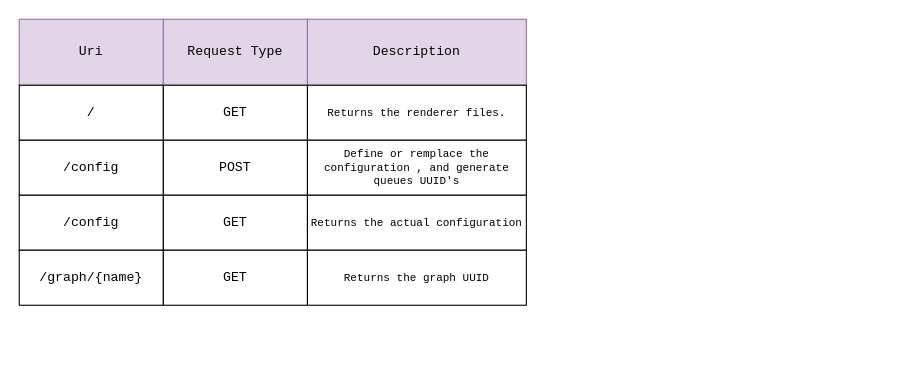
Above: Misc/Api Spec.drawio in gemoc/liviz (draw.io), before the change. Source tidied: cells renumbered, new cells numbered last; positions are measured from the earlier drawing's top-left corner, leaving out a move shared by most shapes. Both pictures are drawn from the tidied source at 110%, with x=0, y=0 at pixel (19, 19).
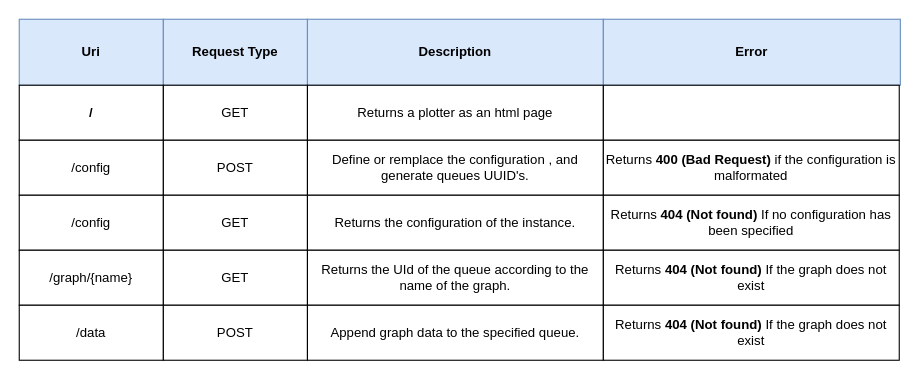
After the change.

Change to the diagram source:
```diff
@@
-    <mxCell id="2" value="Uri" style="whiteSpace=wrap;html=1;rounded=0;shadow=0;strokeWidth=1;fontFamily=Courier New;fillColor=#e1d5e7;strokeColor=#9673a6;" parent="1" vertex="1">
+    <mxCell id="2" value="Uri" style="whiteSpace=wrap;html=1;rounded=0;shadow=0;strokeWidth=1;fontFamily=Helvetica;fillColor=#dae8fc;strokeColor=#6c8ebf;fontStyle=1;" parent="1" vertex="1">
       <mxGeometry width="131" height="60" as="geometry" />
     </mxCell>
-    <mxCell id="3" value="Request Type" style="whiteSpace=wrap;html=1;strokeWidth=1;fontFamily=Courier New;fillColor=#e1d5e7;strokeColor=#9673a6;" parent="1" vertex="1">
+    <mxCell id="3" value="Request Type" style="whiteSpace=wrap;html=1;strokeWidth=1;fontFamily=Helvetica;fillColor=#dae8fc;strokeColor=#6c8ebf;fontStyle=1;" parent="1" vertex="1">
       <mxGeometry x="131" width="131" height="60" as="geometry" />
     </mxCell>
-    <mxCell id="4" value="Description" style="whiteSpace=wrap;html=1;strokeWidth=1;fontFamily=Courier New;fillColor=#e1d5e7;strokeColor=#9673a6;" parent="1" vertex="1">
-      <mxGeometry x="262" width="199" height="60" as="geometry" />
+    <mxCell id="4" value="Description" style="whiteSpace=wrap;html=1;strokeWidth=1;fontFamily=Helvetica;fillColor=#dae8fc;strokeColor=#6c8ebf;fontStyle=1;" parent="1" vertex="1">
+      <mxGeometry x="262" width="269" height="60" as="geometry" />
     </mxCell>
-    <mxCell id="5" value="/" style="whiteSpace=wrap;html=1;fontFamily=Courier New;" parent="1" vertex="1">
+    <mxCell id="5" value="/" style="whiteSpace=wrap;html=1;fontFamily=Helvetica;fontStyle=1;" parent="1" vertex="1">
       <mxGeometry y="60" width="131" height="50" as="geometry" />
     </mxCell>
-    <mxCell id="6" value="GET" style="whiteSpace=wrap;html=1;fontFamily=Courier New;" parent="1" vertex="1">
+    <mxCell id="6" value="GET" style="whiteSpace=wrap;html=1;fontFamily=Helvetica;fontStyle=0;" parent="1" vertex="1">
       <mxGeometry x="131" y="60" width="131" height="50" as="geometry" />
     </mxCell>
-    <mxCell id="7" value="Returns the renderer files." style="whiteSpace=wrap;html=1;fontFamily=Courier New;fontSize=10;" parent="1" vertex="1">
-      <mxGeometry x="262" y="60" width="199" height="50" as="geometry" />
+    <mxCell id="7" value="&lt;span class=&quot;VIiyi&quot; style=&quot;font-size: 12px;&quot; lang=&quot;en&quot;&gt;&lt;span class=&quot;JLqJ4b ChMk0b&quot; style=&quot;font-size: 12px;&quot;&gt;&lt;span style=&quot;font-size: 12px;&quot;&gt;Returns a plotter as an html page&lt;/span&gt;&lt;/span&gt;&lt;/span&gt; " style="whiteSpace=wrap;html=1;fontFamily=Helvetica;fontSize=12;fontStyle=0;" parent="1" vertex="1">
+      <mxGeometry x="262" y="60" width="269" height="50" as="geometry" />
     </mxCell>
-    <mxCell id="8" value="/config" style="whiteSpace=wrap;html=1;fontFamily=Courier New;" parent="1" vertex="1">
+    <mxCell id="8" value="/config" style="whiteSpace=wrap;html=1;fontFamily=Helvetica;fontStyle=0;" parent="1" vertex="1">
       <mxGeometry y="110" width="131" height="50" as="geometry" />
     </mxCell>
-    <mxCell id="9" value="POST" style="whiteSpace=wrap;html=1;fontFamily=Courier New;" parent="1" vertex="1">
+    <mxCell id="9" value="POST" style="whiteSpace=wrap;html=1;fontFamily=Helvetica;fontStyle=0;" parent="1" vertex="1">
       <mxGeometry x="131" y="110" width="131" height="50" as="geometry" />
     </mxCell>
-    <mxCell id="10" value="Define or remplace the configuration , and generate queues UUID's" style="whiteSpace=wrap;html=1;fontFamily=Courier New;fontSize=10;" parent="1" vertex="1">
-      <mxGeometry x="262" y="110" width="199" height="50" as="geometry" />
+    <mxCell id="10" value="Define or remplace the configuration , and generate queues UUID's. " style="whiteSpace=wrap;html=1;fontFamily=Helvetica;fontSize=12;fontStyle=0;" parent="1" vertex="1">
+      <mxGeometry x="262" y="110" width="269" height="50" as="geometry" />
     </mxCell>
-    <mxCell id="11" value="/config" style="whiteSpace=wrap;html=1;fontFamily=Courier New;" parent="1" vertex="1">
+    <mxCell id="11" value="/config" style="whiteSpace=wrap;html=1;fontFamily=Helvetica;fontStyle=0;" parent="1" vertex="1">
       <mxGeometry y="160" width="131" height="50" as="geometry" />
     </mxCell>
-    <mxCell id="12" value="GET" style="whiteSpace=wrap;html=1;fontFamily=Courier New;" parent="1" vertex="1">
+    <mxCell id="12" value="GET" style="whiteSpace=wrap;html=1;fontFamily=Helvetica;fontStyle=0;" parent="1" vertex="1">
       <mxGeometry x="131" y="160" width="131" height="50" as="geometry" />
     </mxCell>
-    <mxCell id="13" value="Returns the actual configuration" style="whiteSpace=wrap;html=1;fontFamily=Courier New;fontSize=10;" parent="1" vertex="1">
-      <mxGeometry x="262" y="160" width="199" height="50" as="geometry" />
+    <mxCell id="13" value="&lt;font style=&quot;font-size: 12px&quot;&gt;Returns the configuration of the instance. &lt;br&gt;&lt;/font&gt;" style="whiteSpace=wrap;html=1;fontFamily=Helvetica;fontSize=10;fontStyle=0;" parent="1" vertex="1">
+      <mxGeometry x="262" y="160" width="269" height="50" as="geometry" />
     </mxCell>
-    <mxCell id="14" value="/graph/{name}" style="whiteSpace=wrap;html=1;fontFamily=Courier New;" parent="1" vertex="1">
+    <mxCell id="14" value="/graph/{name}" style="whiteSpace=wrap;html=1;fontFamily=Helvetica;fontStyle=0;" parent="1" vertex="1">
       <mxGeometry y="210" width="131" height="50" as="geometry" />
     </mxCell>
-    <mxCell id="15" value="GET" style="whiteSpace=wrap;html=1;fontFamily=Courier New;" parent="1" vertex="1">
+    <mxCell id="15" value="GET" style="whiteSpace=wrap;html=1;fontFamily=Helvetica;fontStyle=0;" parent="1" vertex="1">
       <mxGeometry x="131" y="210" width="131" height="50" as="geometry" />
     </mxCell>
-    <mxCell id="16" value="Returns the graph UUID" style="whiteSpace=wrap;html=1;fontFamily=Courier New;fontSize=10;" parent="1" vertex="1">
-      <mxGeometry x="262" y="210" width="199" height="50" as="geometry" />
+    <mxCell id="16" value="&lt;span class=&quot;VIiyi&quot; style=&quot;font-size: 12px&quot; lang=&quot;en&quot;&gt;&lt;span class=&quot;JLqJ4b ChMk0b&quot; style=&quot;font-size: 12px&quot;&gt;&lt;span style=&quot;font-size: 12px&quot;&gt;Returns the UId of the queue according to the name of the graph&lt;/span&gt;&lt;/span&gt;&lt;/span&gt;. &lt;font style=&quot;font-size: 12px&quot;&gt; &lt;br&gt;&lt;/font&gt;" style="whiteSpace=wrap;html=1;fontFamily=Helvetica;fontSize=12;fontStyle=0;" parent="1" vertex="1">
+      <mxGeometry x="262" y="210" width="269" height="50" as="geometry" />
     </mxCell>
+    <mxCell id="17" value="/data" style="whiteSpace=wrap;html=1;fontFamily=Helvetica;fontStyle=0;" parent="1" vertex="1">
+      <mxGeometry y="260" width="131" height="50" as="geometry" />
+    </mxCell>
+    <mxCell id="18" value="POST" style="whiteSpace=wrap;html=1;fontFamily=Helvetica;fontStyle=0;" parent="1" vertex="1">
+      <mxGeometry x="131" y="260" width="131" height="50" as="geometry" />
+    </mxCell>
+    <mxCell id="19" value="Append graph data to the specified queue." style="whiteSpace=wrap;html=1;fontFamily=Helvetica;fontSize=12;fontStyle=0;" parent="1" vertex="1">
+      <mxGeometry x="262" y="260" width="269" height="50" as="geometry" />
+    </mxCell>
+    <mxCell id="20" value="Error" style="whiteSpace=wrap;html=1;strokeWidth=1;fontFamily=Helvetica;fillColor=#dae8fc;strokeColor=#6c8ebf;fontStyle=1;" parent="1" vertex="1">
+      <mxGeometry x="531" width="270" height="60" as="geometry" />
+    </mxCell>
+    <mxCell id="21" style="whiteSpace=wrap;html=1;fontFamily=Helvetica;fontSize=12;fontStyle=0;" parent="1" vertex="1">
+      <mxGeometry x="531" y="60" width="269" height="50" as="geometry" />
+    </mxCell>
+    <mxCell id="22" value="Returns &lt;b&gt;400&lt;/b&gt; &lt;b&gt;(Bad Request)&lt;/b&gt; if the configuration is malformated" style="whiteSpace=wrap;html=1;fontFamily=Helvetica;fontSize=12;fontStyle=0;" parent="1" vertex="1">
+      <mxGeometry x="531" y="110" width="269" height="50" as="geometry" />
+    </mxCell>
+    <mxCell id="23" value="&lt;font style=&quot;font-size: 12px;&quot;&gt;Returns &lt;b style=&quot;font-size: 12px;&quot;&gt;404 (Not found)&lt;/b&gt; &lt;span class=&quot;VIiyi&quot; style=&quot;font-size: 12px;&quot; lang=&quot;en&quot;&gt;&lt;span class=&quot;JLqJ4b ChMk0b&quot; style=&quot;font-size: 12px;&quot;&gt;&lt;span style=&quot;font-size: 12px;&quot;&gt;If no configuration has been specified&lt;/span&gt;&lt;/span&gt;&lt;/span&gt;&lt;/font&gt; " style="whiteSpace=wrap;html=1;fontFamily=Helvetica;fontSize=12;fontStyle=0;" parent="1" vertex="1">
+      <mxGeometry x="531" y="160" width="269" height="50" as="geometry" />
+    </mxCell>
+    <mxCell id="24" value="&lt;font style=&quot;font-size: 12px&quot;&gt;Returns &lt;b&gt;404 (Not found)&lt;/b&gt; &lt;span class=&quot;VIiyi&quot; lang=&quot;en&quot;&gt;&lt;span class=&quot;JLqJ4b ChMk0b&quot;&gt;&lt;span&gt;&lt;/span&gt;&lt;/span&gt;&lt;/span&gt;&lt;/font&gt;&lt;font style=&quot;font-size: 12px&quot;&gt;&lt;span class=&quot;VIiyi&quot; lang=&quot;en&quot;&gt;&lt;span class=&quot;JLqJ4b ChMk0b&quot;&gt;&lt;span&gt;If the graph does not exist&lt;/span&gt;&lt;/span&gt;&lt;/span&gt;&lt;/font&gt;  " style="whiteSpace=wrap;html=1;fontFamily=Helvetica;fontSize=10;fontStyle=0;" parent="1" vertex="1">
+      <mxGeometry x="531" y="210" width="269" height="50" as="geometry" />
+    </mxCell>
+    <mxCell id="25" value="&lt;font style=&quot;font-size: 12px&quot;&gt;Returns &lt;b&gt;404 (Not found)&lt;/b&gt; &lt;span class=&quot;VIiyi&quot; lang=&quot;en&quot;&gt;&lt;span class=&quot;JLqJ4b ChMk0b&quot;&gt;&lt;span&gt;&lt;/span&gt;&lt;/span&gt;&lt;/span&gt;&lt;/font&gt;&lt;font style=&quot;font-size: 12px&quot;&gt;&lt;span class=&quot;VIiyi&quot; lang=&quot;en&quot;&gt;&lt;span class=&quot;JLqJ4b ChMk0b&quot;&gt;&lt;span&gt;If the graph does not exist&lt;/span&gt;&lt;/span&gt;&lt;/span&gt;&lt;/font&gt;  " style="whiteSpace=wrap;html=1;fontFamily=Helvetica;fontSize=10;fontStyle=0;" parent="1" vertex="1">
+      <mxGeometry x="531" y="260" width="269" height="50" as="geometry" />
+    </mxCell>
```
